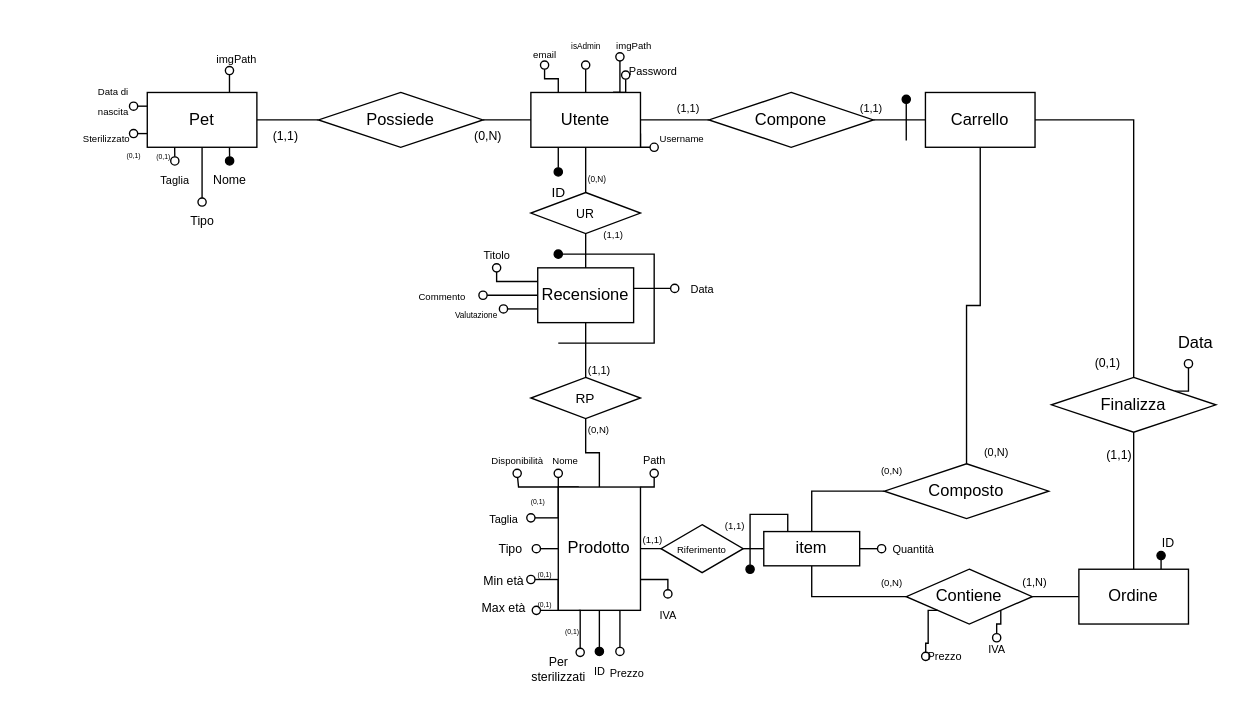
Before: Documenti/DrawIo&Images/DarwinShopNormalized.drawio in NumberZeroo/TSW_Proj, a draw.io diagram. Source tidied: cells renumbered, new cells numbered last; positions are measured from the earlier drawing's top-left corner, leaving out a move shared by most shapes. Both pictures are drawn from the tidied source at 137%, with x=0, y=0 at pixel (23, 23).
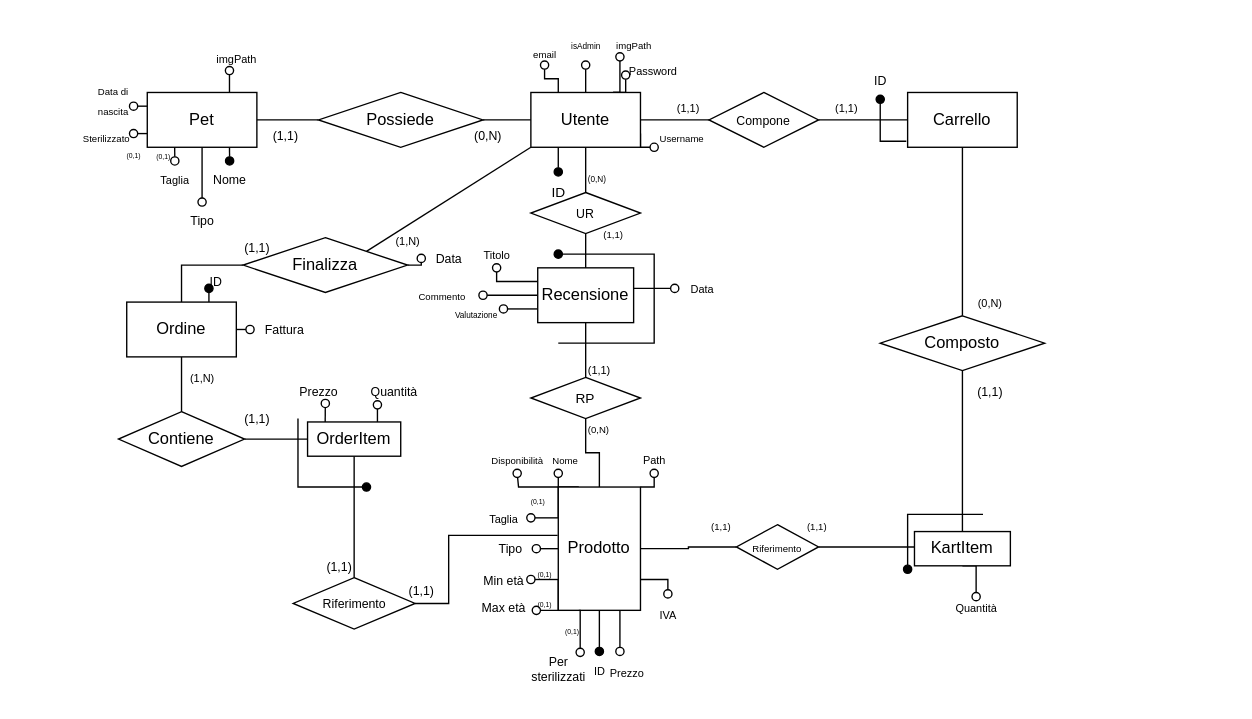
The same diagram, later.

The change refers to these unchanged cells:
```xml
<mxCell id="9" value="Utente" style="whiteSpace=wrap;html=1;align=center;" parent="1" vertex="1">
  <mxGeometry x="370" y="50" width="80" height="40" as="geometry" />
</mxCell>
<mxCell id="39" value="Prodotto" style="whiteSpace=wrap;html=1;align=center;" parent="1" vertex="1">
  <mxGeometry x="390" y="338" width="60" height="90" as="geometry" />
</mxCell>
```

Diff of the diagram source:
```diff
@@
-    <mxCell id="12" value="Compone" style="shape=rhombus;perimeter=rhombusPerimeter;whiteSpace=wrap;html=1;align=center;" parent="1" vertex="1">
-      <mxGeometry x="500" y="50" width="120" height="40" as="geometry" />
+    <mxCell id="12" value="&lt;font style=&quot;font-size: 9px;&quot;&gt;Compone&lt;/font&gt;" style="shape=rhombus;perimeter=rhombusPerimeter;whiteSpace=wrap;html=1;align=center;" parent="1" vertex="1">
+      <mxGeometry x="500" y="50" width="80" height="40" as="geometry" />
     </mxCell>
-    <mxCell id="13" style="edgeStyle=orthogonalEdgeStyle;rounded=0;orthogonalLoop=1;jettySize=auto;html=1;endArrow=oval;endFill=1;" parent="1" edge="1">
+    <mxCell id="13" style="edgeStyle=orthogonalEdgeStyle;rounded=0;jettySize=auto;html=1;endArrow=oval;endFill=1;exitX=-0.012;exitY=0.89;exitDx=0;exitDy=0;exitPerimeter=0;" parent="1" edge="1" source="14">
       <mxGeometry relative="1" as="geometry">
-        <mxPoint x="644" y="85" as="sourcePoint" />
-        <mxPoint x="644" y="55" as="targetPoint" />
+        <mxPoint x="625" y="55" as="targetPoint" />
       </mxGeometry>
     </mxCell>
     <mxCell id="14" value="Carrello" style="whiteSpace=wrap;html=1;align=center;" parent="1" vertex="1">
-      <mxGeometry x="658" y="50" width="80" height="40" as="geometry" />
+      <mxGeometry x="645" y="50" width="80" height="40" as="geometry" />
     </mxCell>
@@
-    <mxCell id="38" style="edgeStyle=orthogonalEdgeStyle;rounded=0;jettySize=auto;html=1;exitX=1;exitY=0.5;exitDx=0;exitDy=0;endArrow=none;endFill=0;" parent="1" edge="1" source="39">
-      <mxGeometry relative="1" as="geometry">
-        <mxPoint x="480" y="382.8" as="targetPoint" />
-      </mxGeometry>
+    <mxCell id="38" style="edgeStyle=orthogonalEdgeStyle;rounded=0;jettySize=auto;html=1;exitX=1;exitY=0.5;exitDx=0;exitDy=0;endArrow=none;endFill=0;entryX=0;entryY=0.5;entryDx=0;entryDy=0;" parent="1" edge="1" source="39" target="103">
+      <mxGeometry relative="1" as="geometry" />
     </mxCell>
@@
-    <mxCell id="41" style="edgeStyle=orthogonalEdgeStyle;rounded=0;jettySize=auto;html=1;entryX=0.5;entryY=0;entryDx=0;entryDy=0;endArrow=none;endFill=0;" parent="1" edge="1" source="42" target="106">
-      <mxGeometry relative="1" as="geometry" />
-    </mxCell>
     <mxCell id="42" value="Composto" style="shape=rhombus;perimeter=rhombusPerimeter;whiteSpace=wrap;html=1;align=center;" parent="1" vertex="1">
-      <mxGeometry x="628" y="321" width="120" height="40" as="geometry" />
+      <mxGeometry x="625" y="213" width="120" height="40" as="geometry" />
     </mxCell>
-    <mxCell id="43" style="edgeStyle=orthogonalEdgeStyle;rounded=0;jettySize=auto;html=1;endArrow=none;endFill=0;entryX=1;entryY=0.5;entryDx=0;entryDy=0;exitX=0.5;exitY=0;exitDx=0;exitDy=0;" parent="1" edge="1" source="45" target="14">
-      <mxGeometry relative="1" as="geometry" />
-    </mxCell>
-    <mxCell id="44" style="edgeStyle=orthogonalEdgeStyle;rounded=0;jettySize=auto;html=1;exitX=1;exitY=0;exitDx=0;exitDy=0;endArrow=oval;endFill=0;" parent="1" edge="1" source="45">
-      <mxGeometry relative="1" as="geometry">
-        <mxPoint x="850" y="248" as="targetPoint" />
-      </mxGeometry>
-    </mxCell>
+    <mxCell id="122" style="edgeStyle=orthogonalEdgeStyle;rounded=0;jettySize=auto;html=1;exitX=1;exitY=0.5;exitDx=0;exitDy=0;endArrow=oval;endFill=0;" parent="1" edge="1" source="45">
+      <mxGeometry relative="1" as="geometry">
+        <mxPoint x="290" y="171.1" as="targetPoint" />
+      </mxGeometry>
+    </mxCell>
     <mxCell id="45" value="Finalizza" style="shape=rhombus;perimeter=rhombusPerimeter;whiteSpace=wrap;html=1;align=center;" parent="1" vertex="1">
-      <mxGeometry x="750" y="258" width="120" height="40" as="geometry" />
+      <mxGeometry x="160" y="156" width="120" height="40" as="geometry" />
     </mxCell>
-    <mxCell id="46" style="edgeStyle=orthogonalEdgeStyle;rounded=0;jettySize=auto;html=1;endArrow=none;endFill=0;exitX=0.5;exitY=0;exitDx=0;exitDy=0;" parent="1" edge="1" source="49" target="45">
+    <mxCell id="46" style="edgeStyle=orthogonalEdgeStyle;rounded=0;jettySize=auto;html=1;endArrow=none;endFill=0;exitX=0.5;exitY=0;exitDx=0;exitDy=0;entryX=0;entryY=0.5;entryDx=0;entryDy=0;" parent="1" edge="1" source="49" target="45">
       <mxGeometry relative="1" as="geometry" />
     </mxCell>
+    <mxCell id="48" style="edgeStyle=orthogonalEdgeStyle;rounded=0;jettySize=auto;html=1;exitX=0.75;exitY=0;exitDx=0;exitDy=0;endArrow=oval;endFill=1;" parent="1" edge="1" source="49">
+      <mxGeometry relative="1" as="geometry">
+        <mxPoint x="135" y="193" as="targetPoint" />
+      </mxGeometry>
+    </mxCell>
-    <mxCell id="47" style="edgeStyle=orthogonalEdgeStyle;rounded=0;jettySize=auto;html=1;exitX=0;exitY=0.5;exitDx=0;exitDy=0;entryX=1;entryY=0.5;entryDx=0;entryDy=0;endArrow=none;endFill=0;" parent="1" edge="1" source="49" target="61">
+    <mxCell id="47" style="edgeStyle=orthogonalEdgeStyle;rounded=0;jettySize=auto;html=1;exitX=0.5;exitY=1;exitDx=0;exitDy=0;entryX=0.5;entryY=0;entryDx=0;entryDy=0;endArrow=none;endFill=0;" parent="1" edge="1" source="49" target="61">
       <mxGeometry relative="1" as="geometry" />
     </mxCell>
-    <mxCell id="48" style="edgeStyle=orthogonalEdgeStyle;rounded=0;jettySize=auto;html=1;exitX=0.75;exitY=0;exitDx=0;exitDy=0;endArrow=oval;endFill=1;" parent="1" edge="1" source="49">
-      <mxGeometry relative="1" as="geometry">
-        <mxPoint x="830" y="388" as="targetPoint" />
-      </mxGeometry>
-    </mxCell>
+    <mxCell id="123" style="edgeStyle=orthogonalEdgeStyle;rounded=0;jettySize=auto;html=1;exitX=1;exitY=0.5;exitDx=0;exitDy=0;endArrow=oval;endFill=0;" parent="1" edge="1" source="49">
+      <mxGeometry relative="1" as="geometry">
+        <mxPoint x="165" y="223.1" as="targetPoint" />
+      </mxGeometry>
+    </mxCell>
     <mxCell id="49" value="Ordine" style="whiteSpace=wrap;html=1;align=center;" parent="1" vertex="1">
-      <mxGeometry x="770" y="398" width="80" height="40" as="geometry" />
+      <mxGeometry x="75" y="203" width="80" height="40" as="geometry" />
     </mxCell>
@@
     <mxCell id="53" value="&lt;font style=&quot;font-size: 8px;&quot;&gt;(1,1)&lt;/font&gt;" style="text;html=1;align=right;verticalAlign=bottom;strokeColor=none;fillColor=none;" parent="1" vertex="1">
-      <mxGeometry x="588" y="40" width="40" height="30" as="geometry" />
+      <mxGeometry x="570" y="40" width="40" height="30" as="geometry" />
     </mxCell>
-    <mxCell id="54" value="&lt;font style=&quot;font-size: 8px;&quot;&gt;(0,N)&lt;/font&gt;" style="text;html=1;align=right;verticalAlign=top;strokeColor=none;fillColor=none;" parent="1" vertex="1">
-      <mxGeometry x="680" y="298" width="40" height="30" as="geometry" />
-    </mxCell>
-    <mxCell id="55" value="(0,N)" style="text;html=1;align=left;verticalAlign=bottom;strokeColor=none;fillColor=none;fontSize=7;" parent="1" vertex="1">
-      <mxGeometry x="624" y="313" width="40" height="20" as="geometry" />
-    </mxCell>
@@
-    <mxCell id="58" value="&lt;font style=&quot;font-size: 9px;&quot;&gt;(0,1)&lt;/font&gt;" style="text;html=1;align=left;verticalAlign=bottom;strokeColor=none;fillColor=none;" parent="1" vertex="1">
-      <mxGeometry x="780" y="226" width="40" height="30" as="geometry" />
-    </mxCell>
-    <mxCell id="59" value="&lt;font style=&quot;font-size: 9px;&quot;&gt;(1,1)&lt;/font&gt;" style="text;html=1;align=right;verticalAlign=bottom;strokeColor=none;fillColor=none;" parent="1" vertex="1">
-      <mxGeometry x="770" y="293" width="40" height="30" as="geometry" />
-    </mxCell>
-    <mxCell id="60" style="edgeStyle=orthogonalEdgeStyle;rounded=0;jettySize=auto;html=1;entryX=0.5;entryY=1;entryDx=0;entryDy=0;endArrow=none;endFill=0;" parent="1" edge="1" source="61" target="106">
-      <mxGeometry relative="1" as="geometry" />
-    </mxCell>
+    <mxCell id="124" style="edgeStyle=orthogonalEdgeStyle;rounded=0;jettySize=auto;html=1;endArrow=none;endFill=0;" parent="1" edge="1" source="61" target="137">
+      <mxGeometry relative="1" as="geometry" />
+    </mxCell>
     <mxCell id="61" value="Contiene" style="shape=rhombus;perimeter=rhombusPerimeter;whiteSpace=wrap;html=1;align=center;" parent="1" vertex="1">
-      <mxGeometry x="644" y="398" width="92" height="40" as="geometry" />
+      <mxGeometry x="69" y="283" width="92" height="40" as="geometry" />
     </mxCell>
-    <mxCell id="62" value="&lt;font style=&quot;font-size: 8px;&quot;&gt;(1,N)&lt;/font&gt;" style="text;html=1;align=right;verticalAlign=bottom;strokeColor=none;fillColor=none;" parent="1" vertex="1">
-      <mxGeometry x="708" y="386" width="40" height="30" as="geometry" />
-    </mxCell>
-    <mxCell id="63" value="(0,N)" style="text;html=1;align=left;verticalAlign=top;strokeColor=none;fillColor=none;fontSize=7;" parent="1" vertex="1">
-      <mxGeometry x="624" y="398" width="40" height="20" as="geometry" />
-    </mxCell>
@@
-    <mxCell id="79" value="Data" style="text;html=1;align=center;verticalAlign=middle;strokeColor=none;fillColor=none;" parent="1" vertex="1">
-      <mxGeometry x="830" y="218" width="50" height="30" as="geometry" />
+    <mxCell id="79" value="&lt;font style=&quot;font-size: 9px;&quot;&gt;Data&lt;/font&gt;" style="text;html=1;align=center;verticalAlign=middle;strokeColor=none;fillColor=none;" parent="1" vertex="1">
+      <mxGeometry x="290" y="156" width="40" height="30" as="geometry" />
     </mxCell>
     <mxCell id="80" value="&lt;font style=&quot;font-size: 9px;&quot;&gt;ID&lt;/font&gt;" style="text;html=1;align=center;verticalAlign=middle;strokeColor=none;fillColor=none;" parent="1" vertex="1">
-      <mxGeometry x="820" y="363" width="30" height="30" as="geometry" />
+      <mxGeometry x="125" y="173" width="30" height="30" as="geometry" />
     </mxCell>
@@
-    <mxCell id="82" style="edgeStyle=orthogonalEdgeStyle;rounded=0;jettySize=auto;html=1;exitX=0;exitY=1;exitDx=0;exitDy=0;endArrow=oval;endFill=0;entryX=0.004;entryY=0.52;entryDx=0;entryDy=0;entryPerimeter=0;" parent="1" edge="1" source="61" target="85">
-      <mxGeometry relative="1" as="geometry">
-        <Array as="points">
-          <mxPoint x="660" y="428" />
-          <mxPoint x="660" y="452" />
-        </Array>
-      </mxGeometry>
-    </mxCell>
-    <mxCell id="83" style="edgeStyle=orthogonalEdgeStyle;rounded=0;jettySize=auto;html=1;exitX=1;exitY=1;exitDx=0;exitDy=0;endArrow=oval;endFill=0;" parent="1" edge="1" source="61">
-      <mxGeometry relative="1" as="geometry">
-        <mxPoint x="710" y="448" as="targetPoint" />
-        <Array as="points">
-          <mxPoint x="713" y="438" />
-        </Array>
-      </mxGeometry>
-    </mxCell>
-    <mxCell id="84" value="&lt;font style=&quot;font-size: 8px;&quot;&gt;IVA&lt;/font&gt;" style="text;html=1;align=center;verticalAlign=middle;strokeColor=none;fillColor=none;" parent="1" vertex="1">
-      <mxGeometry x="690" y="441" width="40" height="30" as="geometry" />
-    </mxCell>
-    <mxCell id="85" value="&lt;font style=&quot;font-size: 8px;&quot;&gt;Prezzo&lt;/font&gt;" style="text;html=1;align=left;verticalAlign=middle;points=[];strokeColor=none;fillColor=none;" parent="1" vertex="1">
-      <mxGeometry x="658" y="446" width="50" height="30" as="geometry" />
-    </mxCell>
@@
     <mxCell id="103" value="&lt;font style=&quot;font-size: 7px;&quot;&gt;Riferimento&lt;br&gt;&lt;/font&gt;" style="rhombus;whiteSpace=wrap;html=1;" parent="1" vertex="1">
-      <mxGeometry x="465" y="365.5" width="60" height="35" as="geometry" />
+      <mxGeometry x="520" y="365.5" width="60" height="32.5" as="geometry" />
     </mxCell>
-    <mxCell id="104" style="edgeStyle=orthogonalEdgeStyle;rounded=0;jettySize=auto;html=1;exitX=0.25;exitY=0;exitDx=0;exitDy=0;endArrow=oval;endFill=1;" parent="1" edge="1" source="106">
+    <mxCell id="104" style="edgeStyle=orthogonalEdgeStyle;rounded=0;orthogonalLoop=1;jettySize=auto;html=1;endArrow=oval;endFill=1;" parent="1" edge="1">
       <mxGeometry relative="1" as="geometry">
-        <mxPoint x="530" y="398" as="targetPoint" />
+        <mxPoint x="700" y="358" as="sourcePoint" />
+        <mxPoint x="645" y="398" as="targetPoint" />
         <Array as="points">
-          <mxPoint x="558" y="358" />
-          <mxPoint x="530" y="358" />
+          <mxPoint x="678" y="358" />
+          <mxPoint x="645" y="358" />
         </Array>
       </mxGeometry>
     </mxCell>
-    <mxCell id="105" style="edgeStyle=orthogonalEdgeStyle;rounded=0;jettySize=auto;html=1;endArrow=circle;endFill=0;endSize=2;" parent="1" edge="1" source="106">
-      <mxGeometry relative="1" as="geometry">
-        <mxPoint x="630" y="383" as="targetPoint" />
-      </mxGeometry>
-    </mxCell>
+    <mxCell id="125" style="edgeStyle=orthogonalEdgeStyle;rounded=0;jettySize=auto;html=1;exitX=0.5;exitY=1;exitDx=0;exitDy=0;endArrow=oval;endFill=0;" parent="1" edge="1" source="106">
+      <mxGeometry relative="1" as="geometry">
+        <mxPoint x="695" y="418" as="targetPoint" />
+      </mxGeometry>
+    </mxCell>
-    <mxCell id="106" value="item" style="rounded=0;whiteSpace=wrap;html=1;" parent="1" vertex="1">
-      <mxGeometry x="540" y="370.5" width="70" height="25" as="geometry" />
+    <mxCell id="106" value="KartItem" style="rounded=0;whiteSpace=wrap;html=1;" parent="1" vertex="1">
+      <mxGeometry x="650" y="370.5" width="70" height="25" as="geometry" />
     </mxCell>
     <mxCell id="107" value="(1,1)" style="text;html=1;align=left;verticalAlign=top;strokeColor=none;fillColor=none;fontSize=7;" parent="1" vertex="1">
-      <mxGeometry x="510" y="356" width="40" height="20" as="geometry" />
+      <mxGeometry x="570" y="356.5" width="40" height="20" as="geometry" />
     </mxCell>
     <mxCell id="108" value="(1,1)" style="text;html=1;align=left;verticalAlign=top;strokeColor=none;fillColor=none;fontSize=7;" parent="1" vertex="1">
-      <mxGeometry x="450" y="365.5" width="40" height="20" as="geometry" />
+      <mxGeometry x="500" y="356.5" width="40" height="20" as="geometry" />
     </mxCell>
     <mxCell id="109" value="&lt;font style=&quot;font-size: 8px;&quot;&gt;Quantità&lt;/font&gt;" style="text;html=1;align=center;verticalAlign=middle;strokeColor=none;fillColor=none;" parent="1" vertex="1">
-      <mxGeometry x="624" y="368" width="50" height="30" as="geometry" />
+      <mxGeometry x="670" y="411" width="50" height="30" as="geometry" />
     </mxCell>
@@
+    <mxCell id="126" value="&lt;font style=&quot;font-size: 9px;&quot;&gt;Fattura&lt;/font&gt;" style="text;html=1;align=center;verticalAlign=middle;strokeColor=none;fillColor=none;" parent="1" vertex="1">
+      <mxGeometry x="165" y="208" width="50" height="30" as="geometry" />
+    </mxCell>
+    <mxCell id="127" value="&lt;font style=&quot;font-size: 9px;&quot;&gt;(1,1)&lt;/font&gt;" style="text;html=1;align=center;verticalAlign=middle;strokeColor=none;fillColor=none;" parent="1" vertex="1">
+      <mxGeometry x="685" y="253" width="40" height="30" as="geometry" />
+    </mxCell>
+    <mxCell id="128" value="&lt;font style=&quot;font-size: 8px;&quot;&gt;(0,N)&lt;/font&gt;" style="text;html=1;align=center;verticalAlign=middle;strokeColor=none;fillColor=none;" parent="1" vertex="1">
+      <mxGeometry x="685" y="188" width="40" height="30" as="geometry" />
+    </mxCell>
+    <mxCell id="129" value="&lt;font style=&quot;font-size: 9px;&quot;&gt;(1,1)&lt;/font&gt;" style="text;html=1;align=center;verticalAlign=middle;strokeColor=none;fillColor=none;" parent="1" vertex="1">
+      <mxGeometry x="150" y="273" width="40" height="30" as="geometry" />
+    </mxCell>
+    <mxCell id="130" value="&lt;div&gt;&lt;font style=&quot;font-size: 8px;&quot;&gt;(1,N)&lt;/font&gt;&lt;/div&gt;" style="text;html=1;align=center;verticalAlign=middle;strokeColor=none;fillColor=none;" parent="1" vertex="1">
+      <mxGeometry x="110" y="243" width="40" height="30" as="geometry" />
+    </mxCell>
+    <mxCell id="131" value="&lt;div&gt;&lt;font style=&quot;font-size: 8px;&quot;&gt;(1,N)&lt;/font&gt;&lt;/div&gt;" style="text;html=1;align=center;verticalAlign=middle;strokeColor=none;fillColor=none;" parent="1" vertex="1">
+      <mxGeometry x="260" y="143" width="40" height="30" as="geometry" />
+    </mxCell>
+    <mxCell id="132" value="&lt;font style=&quot;font-size: 9px;&quot;&gt;(1,1)&lt;/font&gt;" style="text;html=1;align=center;verticalAlign=middle;strokeColor=none;fillColor=none;" parent="1" vertex="1">
+      <mxGeometry x="150" y="148" width="40" height="30" as="geometry" />
+    </mxCell>
+    <mxCell id="133" value="&lt;font style=&quot;font-size: 9px;&quot;&gt;ID&lt;/font&gt;" style="text;html=1;align=center;verticalAlign=middle;strokeColor=none;fillColor=none;" parent="1" vertex="1">
+      <mxGeometry x="610" y="26" width="30" height="30" as="geometry" />
+    </mxCell>
+    <mxCell id="134" style="edgeStyle=orthogonalEdgeStyle;rounded=0;jettySize=auto;html=1;entryX=0.5;entryY=0;entryDx=0;entryDy=0;endArrow=none;endFill=0;" parent="1" edge="1" source="137" target="141">
+      <mxGeometry relative="1" as="geometry" />
+    </mxCell>
+    <mxCell id="135" style="edgeStyle=orthogonalEdgeStyle;rounded=0;jettySize=auto;html=1;exitX=0.75;exitY=0;exitDx=0;exitDy=0;endArrow=oval;endFill=0;" parent="1" edge="1" source="137">
+      <mxGeometry relative="1" as="geometry">
+        <mxPoint x="258" y="278" as="targetPoint" />
+      </mxGeometry>
+    </mxCell>
+    <mxCell id="136" style="edgeStyle=orthogonalEdgeStyle;rounded=0;jettySize=auto;html=1;endArrow=circle;endFill=0;endSize=2;exitX=0.189;exitY=0.042;exitDx=0;exitDy=0;exitPerimeter=0;" parent="1" edge="1" source="137">
+      <mxGeometry relative="1" as="geometry">
+        <mxPoint x="220" y="273" as="targetPoint" />
+      </mxGeometry>
+    </mxCell>
+    <mxCell id="137" value="OrderItem" style="whiteSpace=wrap;html=1;" parent="1" vertex="1">
+      <mxGeometry x="207" y="290.5" width="68" height="25" as="geometry" />
+    </mxCell>
+    <mxCell id="138" style="endArrow=none;html=1;rounded=0;exitX=1;exitY=0;exitDx=0;exitDy=0;entryX=0;entryY=1;entryDx=0;entryDy=0;" parent="1" edge="1" source="45" target="9">
+      <mxGeometry relative="1" as="geometry" />
+    </mxCell>
+    <mxCell id="139" style="endArrow=none;html=1;rounded=0;exitX=0.5;exitY=0;exitDx=0;exitDy=0;entryX=0.5;entryY=1;entryDx=0;entryDy=0;" parent="1" edge="1" source="106" target="42">
+      <mxGeometry relative="1" as="geometry" />
+    </mxCell>
+    <mxCell id="140" value="&lt;font style=&quot;font-size: 9px;&quot;&gt;Quantità&lt;/font&gt;" style="text;html=1;align=center;verticalAlign=middle;strokeColor=none;fillColor=none;" parent="1" vertex="1">
+      <mxGeometry x="240" y="253" width="60" height="30" as="geometry" />
+    </mxCell>
+    <mxCell id="85" value="&lt;font style=&quot;font-size: 9px;&quot;&gt;Prezzo&lt;/font&gt;" style="text;html=1;align=center;verticalAlign=middle;points=[];strokeColor=none;fillColor=none;" parent="1" vertex="1">
+      <mxGeometry x="190" y="253" width="50" height="30" as="geometry" />
+    </mxCell>
+    <mxCell id="141" value="&lt;font style=&quot;font-size: 9px;&quot;&gt;Riferimento&lt;/font&gt;" style="rhombus;whiteSpace=wrap;html=1;" parent="1" vertex="1">
+      <mxGeometry x="196.5" y="404.2" width="89" height="37.5" as="geometry" />
+    </mxCell>
+    <mxCell id="142" style="edgeStyle=orthogonalEdgeStyle;rounded=0;jettySize=auto;html=1;entryX=-0.008;entryY=0.392;entryDx=0;entryDy=0;entryPerimeter=0;endArrow=none;endFill=0;" parent="1" edge="1" source="141" target="39">
+      <mxGeometry relative="1" as="geometry">
+        <Array as="points">
+          <mxPoint x="310" y="423" />
+          <mxPoint x="310" y="373" />
+        </Array>
+      </mxGeometry>
+    </mxCell>
+    <mxCell id="143" value="&lt;font style=&quot;font-size: 9px;&quot;&gt;(1,1)&lt;/font&gt;" style="text;html=1;align=center;verticalAlign=middle;strokeColor=none;fillColor=none;" parent="1" vertex="1">
+      <mxGeometry x="210" y="381" width="40" height="30" as="geometry" />
+    </mxCell>
+    <mxCell id="144" value="&lt;font style=&quot;font-size: 9px;&quot;&gt;(1,1)&lt;/font&gt;" style="text;html=1;align=center;verticalAlign=middle;strokeColor=none;fillColor=none;" parent="1" vertex="1">
+      <mxGeometry x="270" y="398" width="40" height="30" as="geometry" />
+    </mxCell>
+    <mxCell id="145" style="endArrow=oval;html=1;rounded=0;endFill=1;strokeColor=default;" parent="1" edge="1">
+      <mxGeometry relative="1" as="geometry">
+        <mxPoint x="200" y="288" as="sourcePoint" />
+        <mxPoint x="250" y="338" as="targetPoint" />
+        <Array as="points">
+          <mxPoint x="200" y="338" />
+        </Array>
+      </mxGeometry>
+    </mxCell>
```
